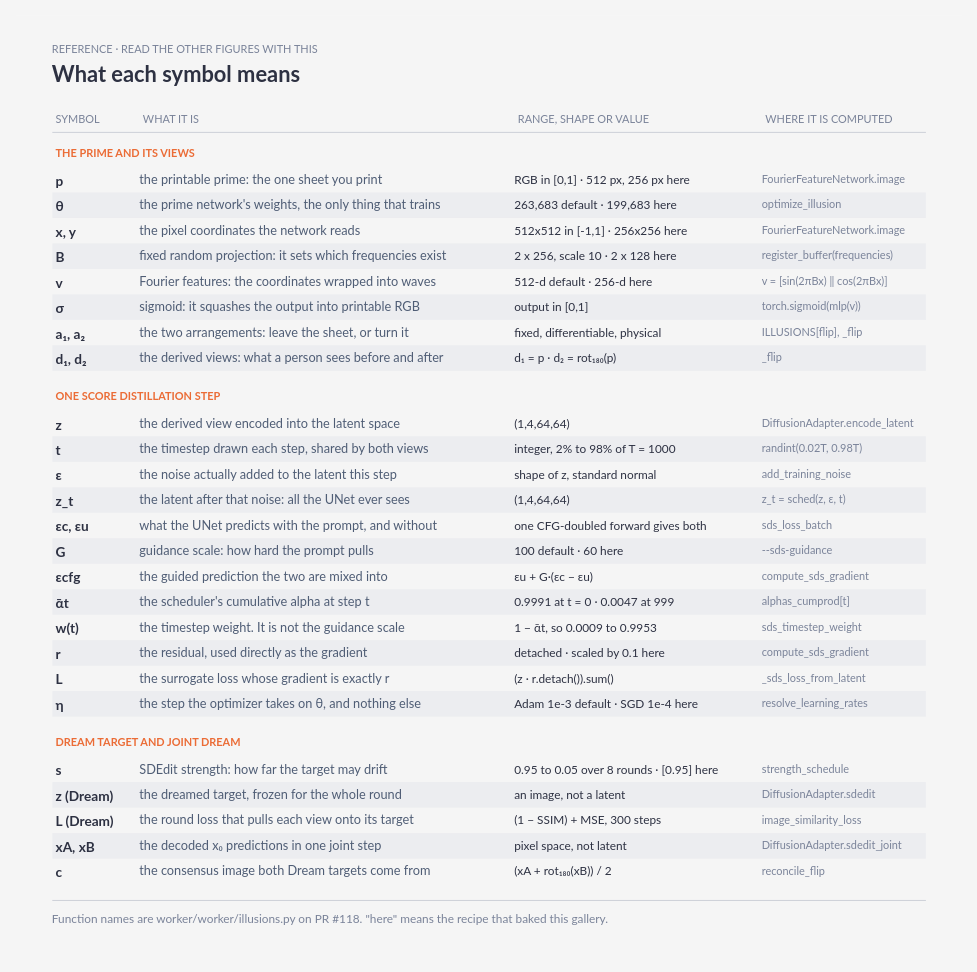
Before: docs/figures/symbols.drawio in Portocolom-Studio/potocolom, a draw.io diagram. Source tidied: cells renumbered, new cells numbered last; positions are measured from the earlier drawing's top-left corner, leaving out a move shared by most shapes. Both pictures are drawn from the tidied source at 91%, with x=0, y=0 at pixel (15, 15).
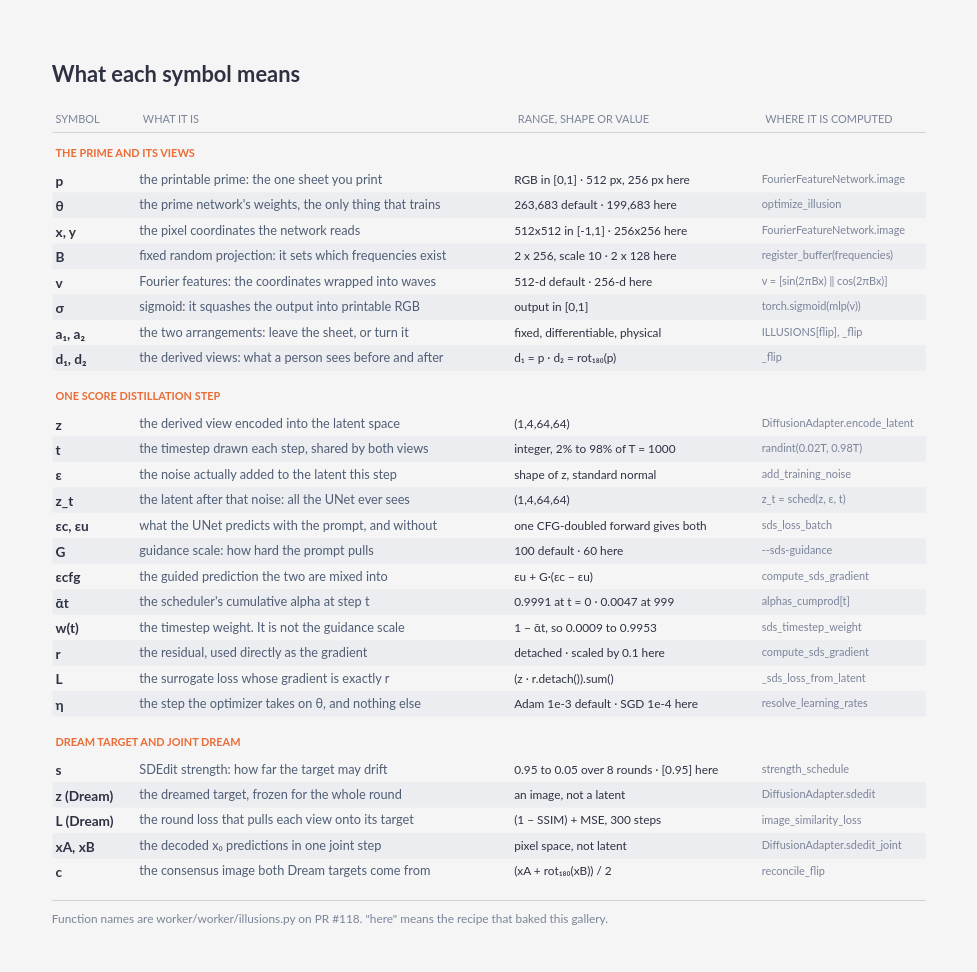
After the change.

The edit, as a diff of the source:
```diff
@@
     <mxCell id="2" style="rounded=0;absoluteArcSize=1;arcSize=12;whiteSpace=wrap;html=1;fillColor=#f5f5f5;strokeColor=none;strokeWidth=1.2;fontFamily=Lato;fontSize=16;fontColor=#2d3142;fontStyle=1;align=center;verticalAlign=middle;spacing=10;selectable=0;" parent="1" vertex="1">
-      <mxGeometry width="1040" height="1034" as="geometry" />
+      <mxGeometry y="20" width="1040" height="1014" as="geometry" />
     </mxCell>
-    <mxCell id="3" value="REFERENCE · READ THE OTHER FIGURES WITH THIS" style="text;html=1;whiteSpace=wrap;fontFamily=Lato;fontSize=12;fontColor=#7a8399;fontStyle=0;align=left;verticalAlign=middle;spacing=0;" parent="1" vertex="1">
-      <mxGeometry x="40" y="28" width="960" height="18" as="geometry" />
-    </mxCell>
```
